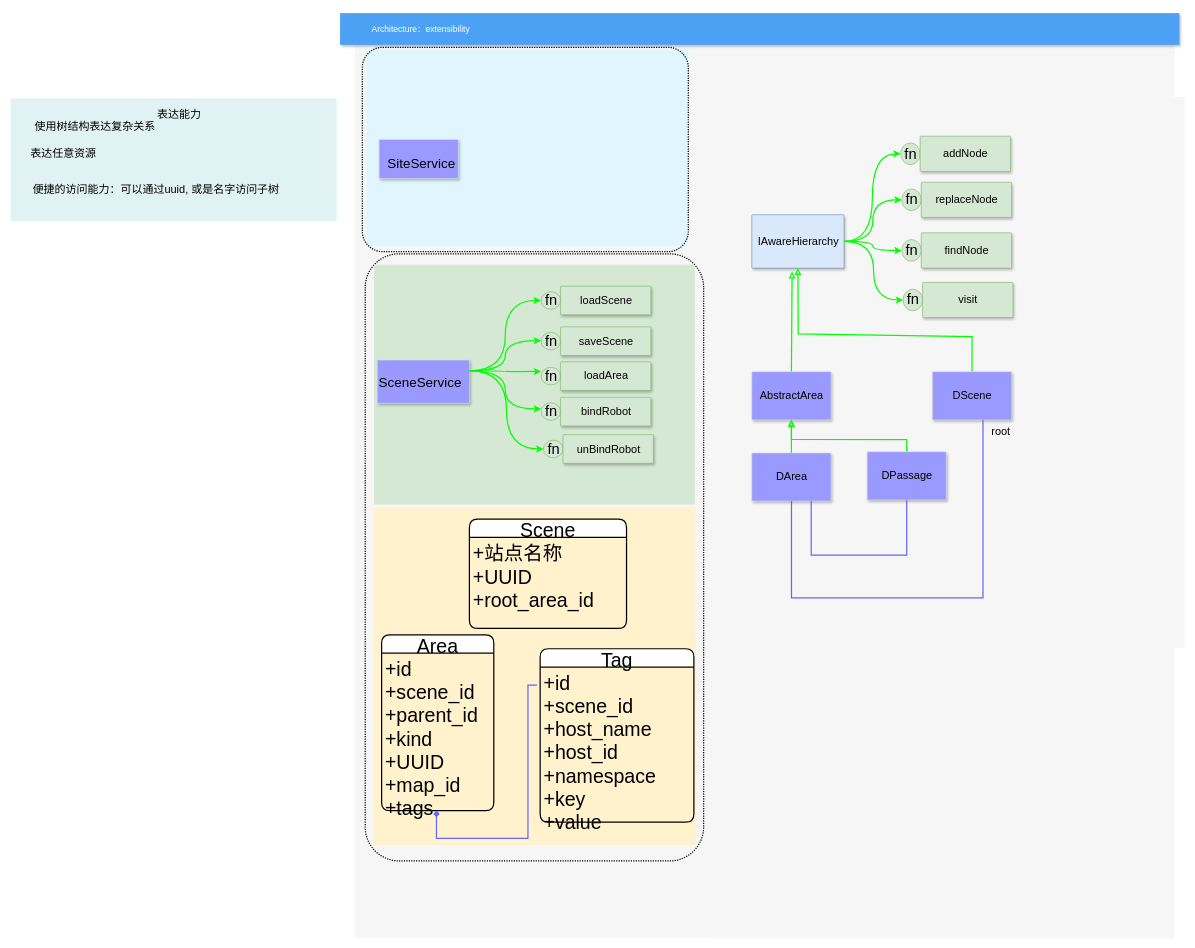
Earlier version of the draw.io diagram craft/a_site_model_2.drawio (feihu618/drawio). Source tidied: cells renumbered, new cells numbered last; positions are measured from the earlier drawing's top-left corner, leaving out a move shared by most shapes. Both pictures are drawn from the tidied source at 61%, with x=0, y=0 at pixel (10, 13).
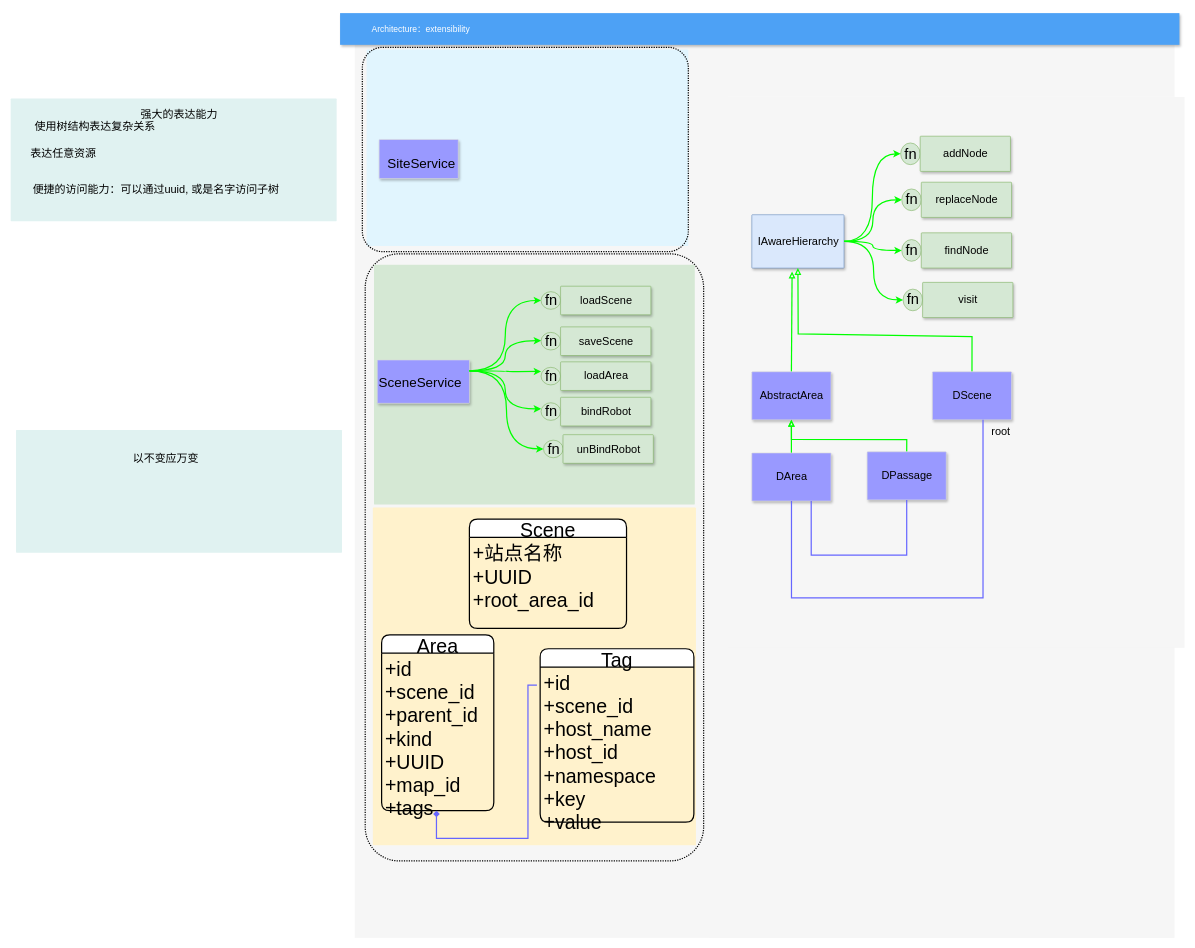
The same page after the edit.

Diff of the diagram source:
```diff
@@
-    <mxCell id="75" value="表达能力" style="text;html=1;align=center;verticalAlign=middle;fillColor=none;strokeColor=none;rounded=0;fontSize=18;fontColor=#000000;" parent="1" vertex="1">
-      <mxGeometry x="232" y="152" width="88" height="28" as="geometry" />
+    <mxCell id="75" value="强大的表达能力" style="text;html=1;align=center;verticalAlign=middle;fillColor=none;strokeColor=none;rounded=0;fontSize=18;fontColor=#000000;" parent="1" vertex="1">
+      <mxGeometry x="206" y="152" width="140" height="28" as="geometry" />
     </mxCell>
+    <mxCell id="76" style="sketch=0;rounded=1;absoluteArcSize=1;arcSize=2;html=1;strokeColor=none;gradientColor=none;shadow=0;dashed=0;fontSize=12;fontColor=#9E9E9E;align=left;verticalAlign=top;spacing=10;spacingTop=-4;fillColor=#E0F2F1;" parent="1" vertex="1">
+      <mxGeometry x="8.8" y="683.4" width="534.4" height="201.1" as="geometry" />
+    </mxCell>
+    <mxCell id="77" value="以不变应万变" style="text;html=1;align=center;verticalAlign=middle;fillColor=none;strokeColor=none;rounded=0;fontSize=18;fontColor=#000000;" parent="1" vertex="1">
+      <mxGeometry x="192" y="716" width="124" height="28" as="geometry" />
+    </mxCell>
```
